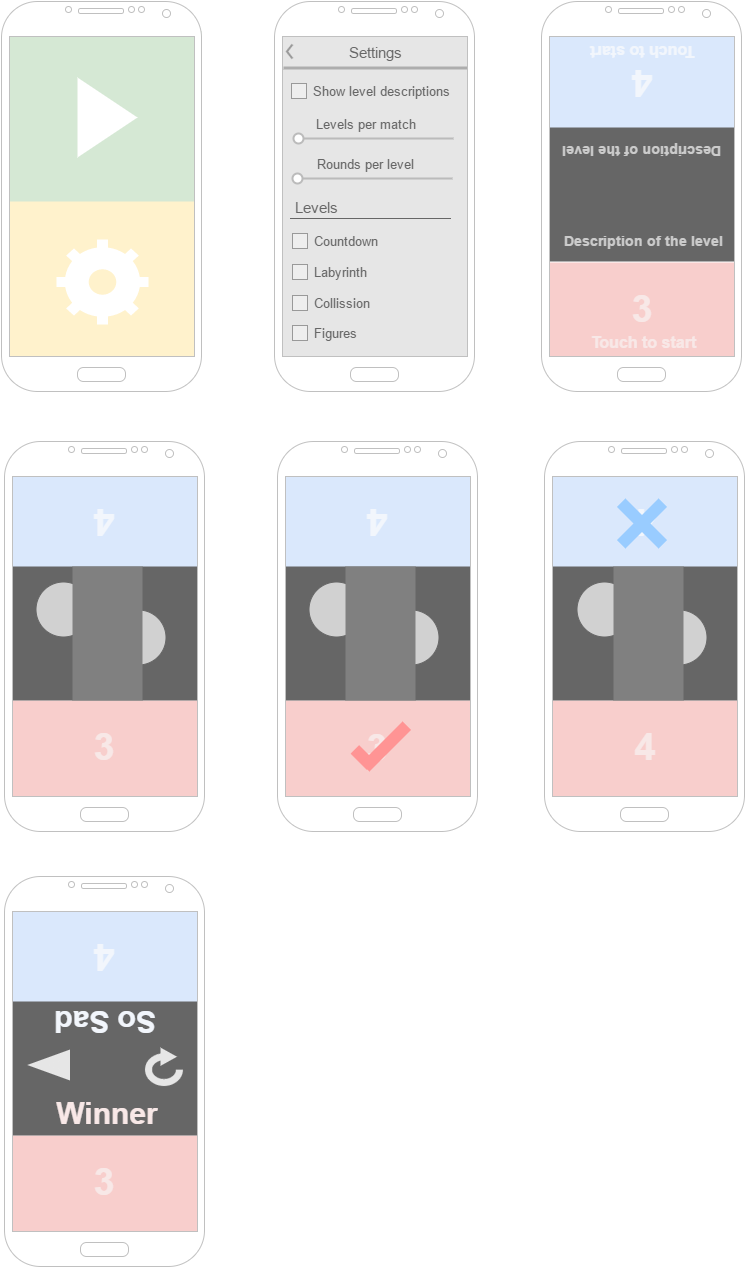
Before: docs/designs/0.1.png, a diagram exported from draw.io (jsidrach/visual-react). Source tidied: cells renumbered, new cells last; positions are measured from the earlier drawing's top-left corner, leaving out a move shared by most shapes.
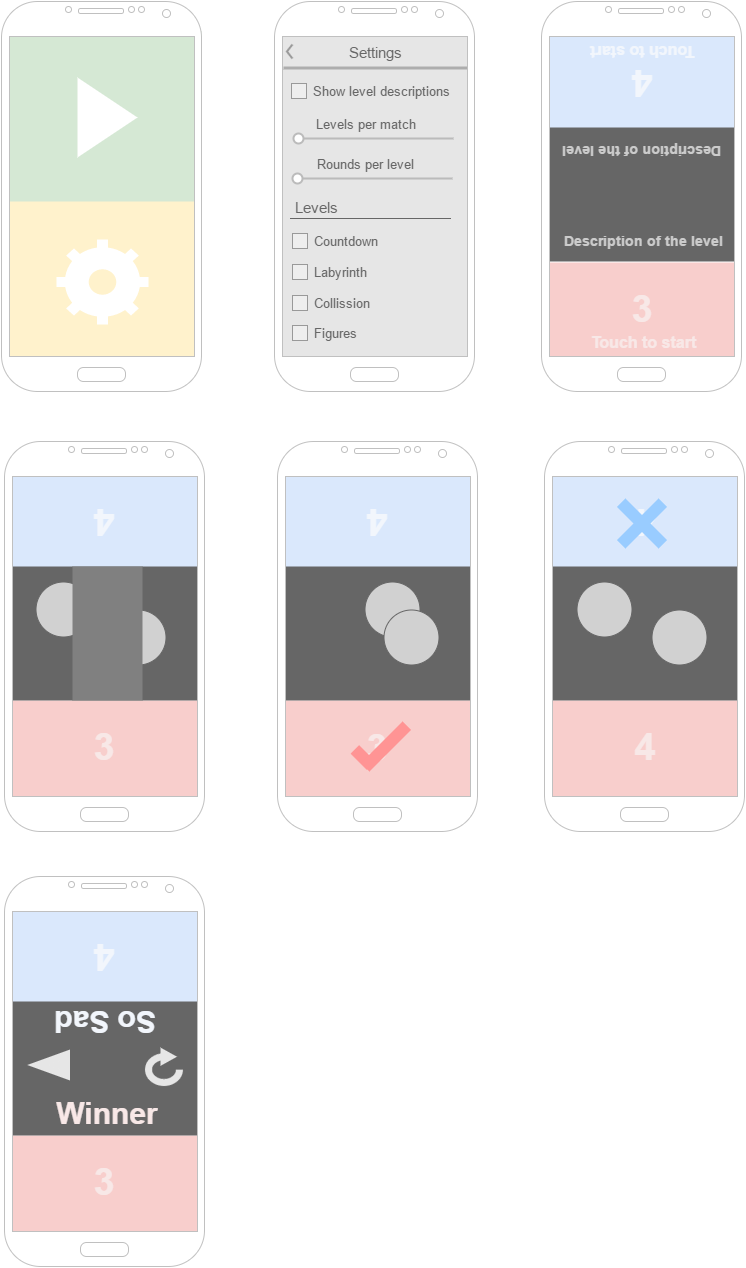
After the change.

Change to the diagram source:
```diff
@@ -180,14 +180,11 @@
       <mxGeometry x="281" y="565" width="190" height="134" as="geometry" />
     </mxCell>
     <mxCell id="61" style="ellipse;whiteSpace=wrap;html=1;shadow=0;strokeColor=#666666;strokeWidth=1;fillColor=#D1D1D1;gradientColor=none;fontSize=16;fontColor=#CCCCCC;" parent="1" vertex="1">
-      <mxGeometry x="307" y="580" width="55" height="55" as="geometry" />
+      <mxGeometry x="363" y="580" width="55" height="55" as="geometry" />
     </mxCell>
     <mxCell id="62" style="ellipse;whiteSpace=wrap;html=1;shadow=0;strokeColor=#666666;strokeWidth=1;fillColor=#D1D1D1;gradientColor=none;fontSize=16;fontColor=#CCCCCC;" parent="1" vertex="1">
       <mxGeometry x="382" y="608" width="55" height="55" as="geometry" />
     </mxCell>
-    <mxCell id="63" style="whiteSpace=wrap;html=1;shadow=0;strokeColor=none;strokeWidth=1;fillColor=#808080;gradientColor=none;fontSize=16;fontColor=#CCCCCC;" parent="1" vertex="1">
-      <mxGeometry x="344" y="565" width="70" height="134" as="geometry" />
-    </mxCell>
     <mxCell id="64" style="verticalLabelPosition=bottom;verticalAlign=top;html=1;shadow=0;dashed=0;strokeWidth=1;shape=mxgraph.android.phone2;fillColor=#ffffff;strokeColor=#c0c0c0;" parent="1" vertex="1">
       <mxGeometry x="276" y="440" width="200" height="390" as="geometry" />
     </mxCell>
@@ -227,9 +224,6 @@
     <mxCell id="76" style="ellipse;whiteSpace=wrap;html=1;shadow=0;strokeColor=#666666;strokeWidth=1;fillColor=#D1D1D1;gradientColor=none;fontSize=16;fontColor=#CCCCCC;" parent="1" vertex="1">
       <mxGeometry x="650" y="608" width="55" height="55" as="geometry" />
     </mxCell>
-    <mxCell id="77" style="whiteSpace=wrap;html=1;shadow=0;strokeColor=none;strokeWidth=1;fillColor=#808080;gradientColor=none;fontSize=16;fontColor=#CCCCCC;" parent="1" vertex="1">
-      <mxGeometry x="612" y="565" width="70" height="134" as="geometry" />
-    </mxCell>
     <mxCell id="78" style="verticalLabelPosition=bottom;verticalAlign=top;html=1;shadow=0;dashed=0;strokeWidth=1;shape=mxgraph.android.phone2;fillColor=#ffffff;strokeColor=#c0c0c0;" parent="1" vertex="1">
       <mxGeometry x="543" y="440" width="200" height="390" as="geometry" />
     </mxCell>
```
